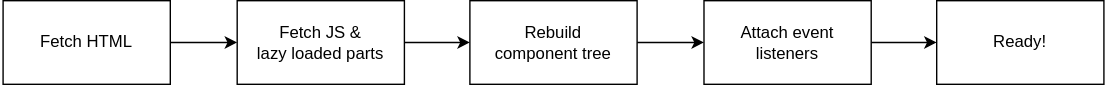
Earlier version of the draw.io export public/assets/hydrate-vs-resume.drawio.svg (benjilegnard/qwik-rapidement). Source tidied: cells renumbered, new cells last; positions are measured from the earlier drawing's top-left corner, leaving out a move shared by most shapes.
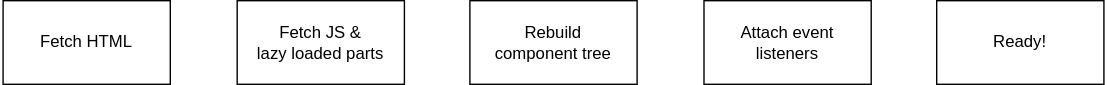
The same file after the commit.

Diff of the diagram source:
```diff
@@ -2,25 +2,25 @@
   <root>
     <mxCell id="0" />
     <mxCell id="1" parent="0" />
-    <mxCell id="2" style="edgeStyle=none;html=1;exitX=1;exitY=0.5;exitDx=0;exitDy=0;entryX=0;entryY=0.5;entryDx=0;entryDy=0;" parent="1" edge="1" source="3" target="5">
+    <mxCell id="2" style="edgeStyle=none;html=1;exitX=1;exitY=0.5;exitDx=0;exitDy=0;entryX=0;entryY=0.5;entryDx=0;entryDy=0;strokeColor=#FFFFFF;" parent="1" edge="1" source="3" target="5">
       <mxGeometry relative="1" as="geometry" />
     </mxCell>
     <mxCell id="3" value="Fetch HTML" style="rounded=0;whiteSpace=wrap;html=1;" parent="1" vertex="1">
       <mxGeometry width="120" height="60" as="geometry" />
     </mxCell>
-    <mxCell id="4" style="edgeStyle=none;html=1;exitX=1;exitY=0.5;exitDx=0;exitDy=0;entryX=0;entryY=0.5;entryDx=0;entryDy=0;" parent="1" edge="1" source="5" target="7">
+    <mxCell id="4" style="edgeStyle=none;html=1;exitX=1;exitY=0.5;exitDx=0;exitDy=0;entryX=0;entryY=0.5;entryDx=0;entryDy=0;strokeColor=#FFFFFF;" parent="1" edge="1" source="5" target="7">
       <mxGeometry relative="1" as="geometry" />
     </mxCell>
     <mxCell id="5" value="Fetch JS &amp;amp;&lt;br&gt;&amp;nbsp;lazy loaded parts" style="rounded=0;whiteSpace=wrap;html=1;" parent="1" vertex="1">
       <mxGeometry x="168" width="120" height="60" as="geometry" />
     </mxCell>
-    <mxCell id="6" style="edgeStyle=none;html=1;exitX=1;exitY=0.5;exitDx=0;exitDy=0;entryX=0;entryY=0.5;entryDx=0;entryDy=0;" parent="1" edge="1" source="7" target="9">
+    <mxCell id="6" style="edgeStyle=none;html=1;exitX=1;exitY=0.5;exitDx=0;exitDy=0;entryX=0;entryY=0.5;entryDx=0;entryDy=0;strokeColor=#FFFFFF;" parent="1" edge="1" source="7" target="9">
       <mxGeometry relative="1" as="geometry" />
     </mxCell>
     <mxCell id="7" value="Rebuild &lt;br&gt;component tree" style="rounded=0;whiteSpace=wrap;html=1;" parent="1" vertex="1">
       <mxGeometry x="335" width="120" height="60" as="geometry" />
     </mxCell>
-    <mxCell id="8" style="edgeStyle=none;html=1;exitX=1;exitY=0.5;exitDx=0;exitDy=0;entryX=0;entryY=0.5;entryDx=0;entryDy=0;" parent="1" edge="1" source="9" target="10">
+    <mxCell id="8" style="edgeStyle=none;html=1;exitX=1;exitY=0.5;exitDx=0;exitDy=0;entryX=0;entryY=0.5;entryDx=0;entryDy=0;strokeColor=#FFFFFF;" parent="1" edge="1" source="9" target="10">
       <mxGeometry relative="1" as="geometry" />
     </mxCell>
     <mxCell id="9" value="Attach event &lt;br&gt;listeners" style="rounded=0;whiteSpace=wrap;html=1;" parent="1" vertex="1">
```
